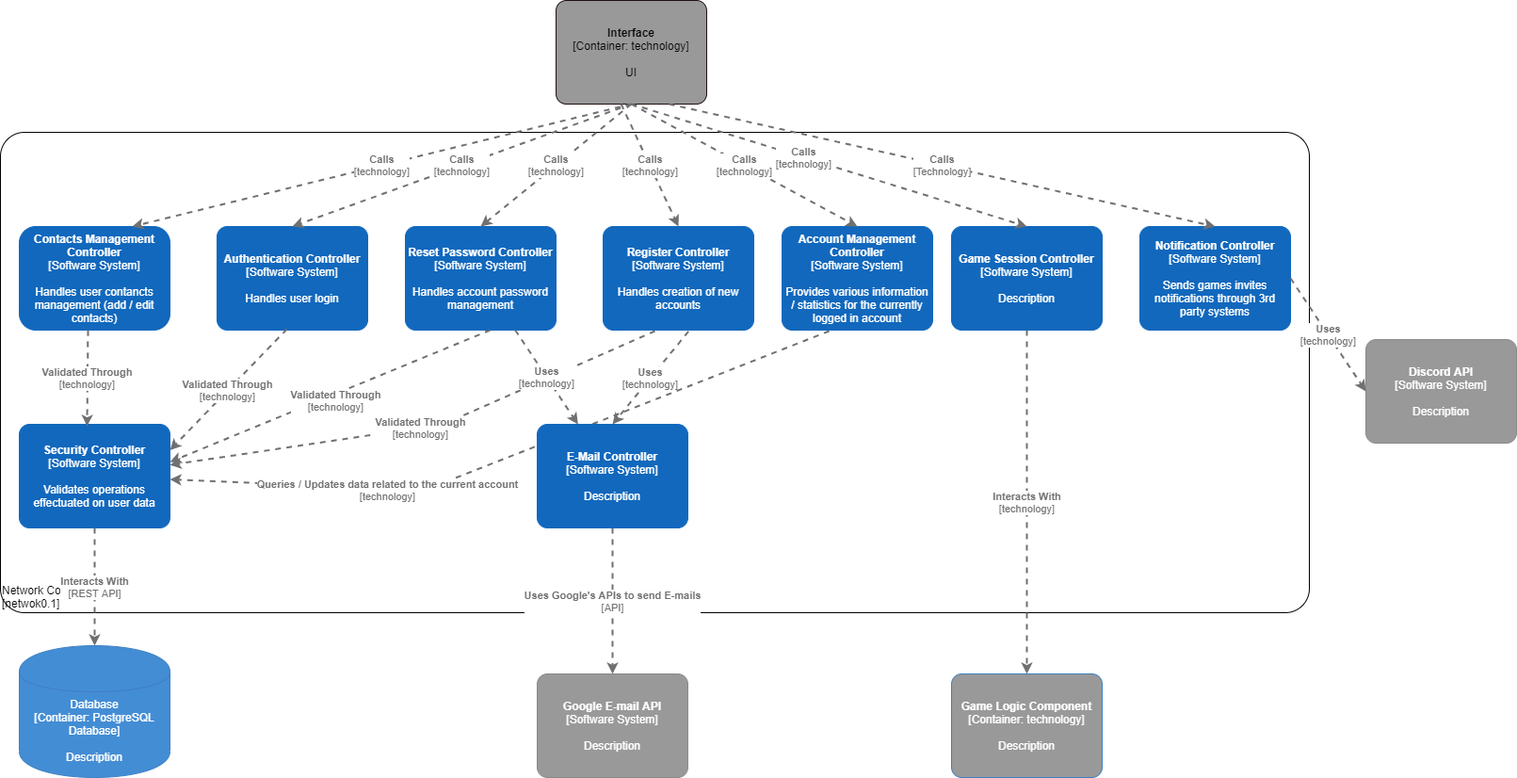
The draw.io diagram Diagrame-Networking/C4_components.png in mar1asm/Catan-ProiectIP, before a commit. Source tidied: cells renumbered, new cells last; positions are measured from the earlier drawing's top-left corner, leaving out a move shared by most shapes.
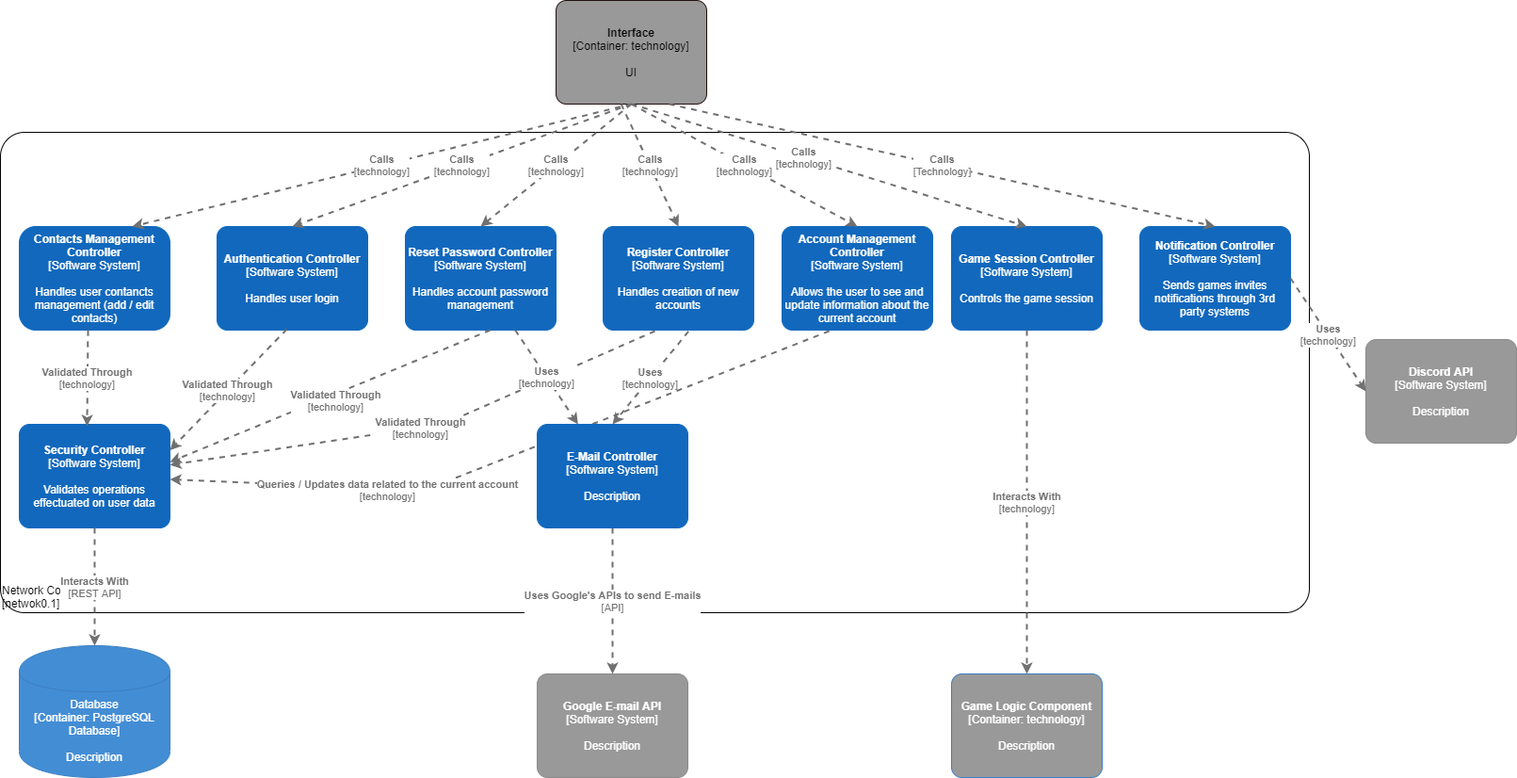
The same diagram one commit later.

Commit message:
updated the components diagram

Diff of the diagram source:
```diff
@@ -22,7 +22,7 @@
         <mxGeometry x="430" y="240" width="160" height="110" as="geometry" />
       </mxCell>
     </object>
-    <object id="6" label="&lt;b&gt;%c4Name%&lt;/b&gt;&lt;div&gt;[%c4Type%]&lt;/div&gt;&lt;br&gt;&lt;div&gt;%c4Description%&lt;/div&gt;" c4Description="Description" c4Name="Game Session Controller" c4Type="Software System" placeholders="1">
+    <object id="6" label="&lt;b&gt;%c4Name%&lt;/b&gt;&lt;div&gt;[%c4Type%]&lt;/div&gt;&lt;br&gt;&lt;div&gt;%c4Description%&lt;/div&gt;" c4Description="Controls the game session" c4Name="Game Session Controller" c4Type="Software System" placeholders="1">
       <mxCell style="rounded=1;whiteSpace=wrap;html=1;labelBackgroundColor=none;fillColor=#1168BD;fontColor=#ffffff;align=center;arcSize=10;strokeColor=#1168BD;metaData={&quot;c4Type&quot;:{&quot;editable&quot;:false}};points=[[0.25,0,0],[0.5,0,0],[0.75,0,0],[1,0.25,0],[1,0.5,0],[1,0.75,0],[0.75,1,0],[0.5,1,0],[0.25,1,0],[0,0.75,0],[0,0.5,0],[0,0.25,0]];" parent="1" vertex="1">
         <mxGeometry x="1010" y="240" width="160" height="110" as="geometry" />
       </mxCell>
@@ -121,7 +121,7 @@
         <mxGeometry relative="1" as="geometry" />
       </mxCell>
     </object>
-    <object id="25" label="&lt;b&gt;%c4Name%&lt;/b&gt;&lt;div&gt;[%c4Type%]&lt;/div&gt;&lt;br&gt;&lt;div&gt;%c4Description%&lt;/div&gt;" c4Description="Provides various information / statistics for the currently logged in account" c4Name="Account Management Controller" c4Type="Software System" placeholders="1">
+    <object id="25" label="&lt;b&gt;%c4Name%&lt;/b&gt;&lt;div&gt;[%c4Type%]&lt;/div&gt;&lt;br&gt;&lt;div&gt;%c4Description%&lt;/div&gt;" c4Description="Allows the user to see and update information about the current account" c4Name="Account Management Controller" c4Type="Software System" placeholders="1">
       <mxCell style="rounded=1;whiteSpace=wrap;html=1;labelBackgroundColor=none;fillColor=#1168BD;fontColor=#ffffff;align=center;arcSize=10;strokeColor=#1168BD;metaData={&quot;c4Type&quot;:{&quot;editable&quot;:false}};points=[[0.25,0,0],[0.5,0,0],[0.75,0,0],[1,0.25,0],[1,0.5,0],[1,0.75,0],[0.75,1,0],[0.5,1,0],[0.25,1,0],[0,0.75,0],[0,0.5,0],[0,0.25,0]];" parent="1" vertex="1">
         <mxGeometry x="830" y="240" width="160" height="110" as="geometry" />
       </mxCell>
```
